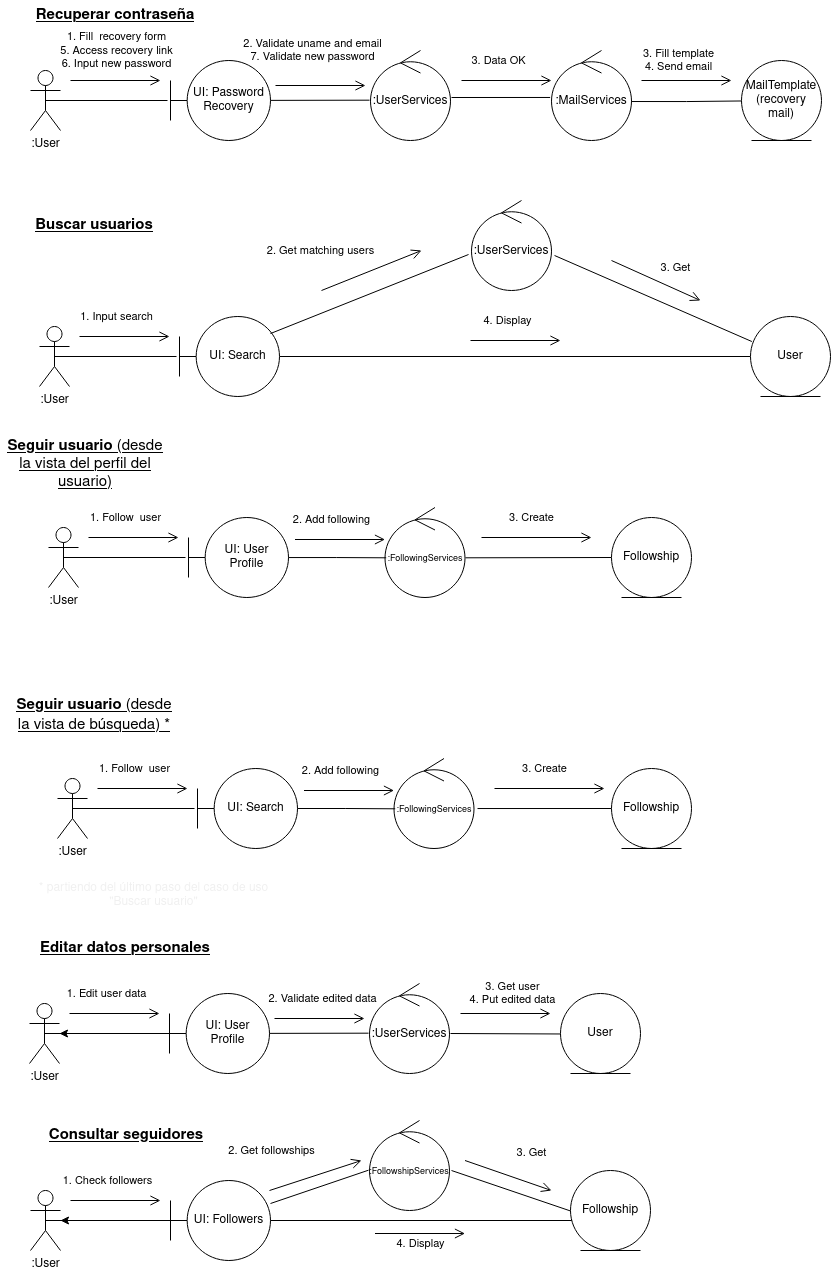
This is 2_Analisis/Diagramas de Análisis (Bruno)/Diagramas de colaboración.png from Bruno-Orbelli/ing_software_grupo_4, a draw.io export, as it was before one commit. Source tidied: cells renumbered, new cells last; positions are measured from the earlier drawing's top-left corner, leaving out a move shared by most shapes.
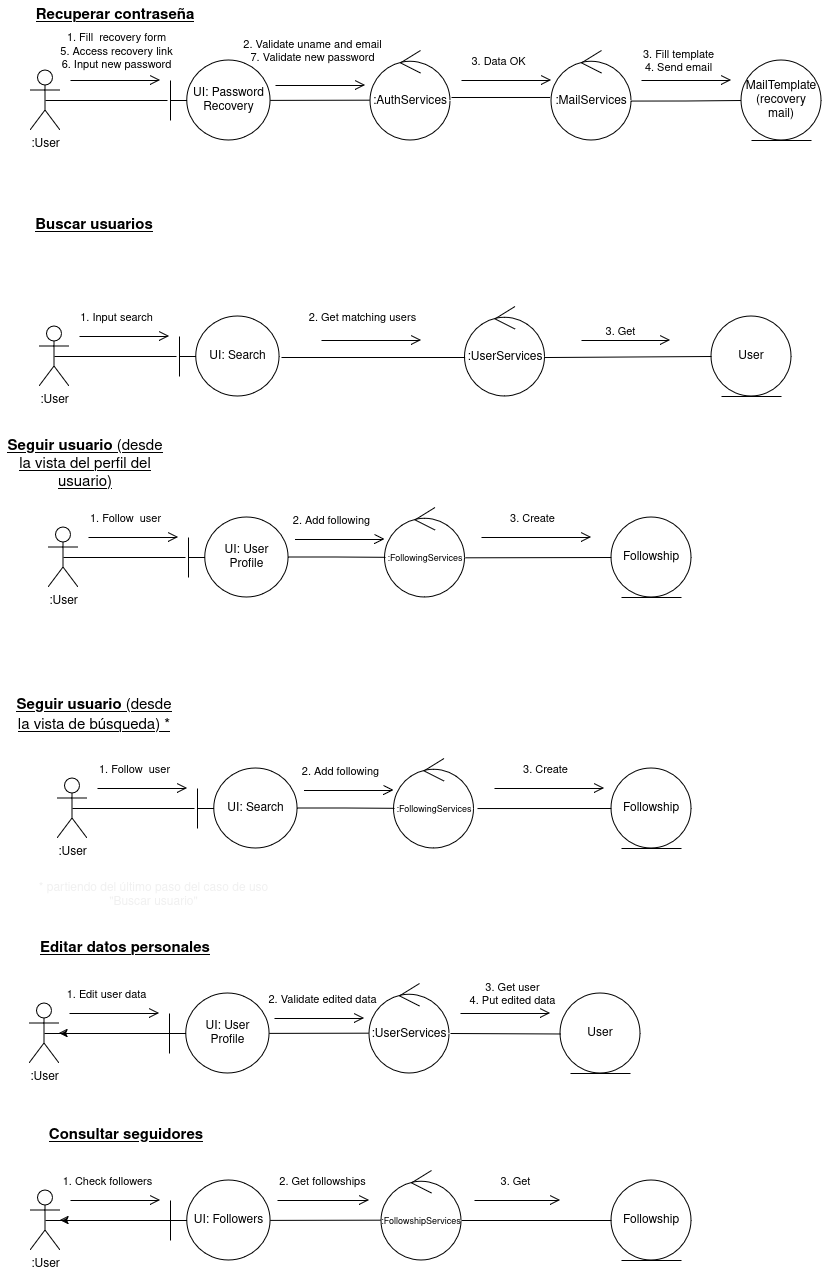
The same diagram one commit later.

What changed in the source:
```diff
@@ -36,9 +36,6 @@
     <mxCell id="9" value="Recuperar contraseña" style="text;html=1;align=center;verticalAlign=middle;whiteSpace=wrap;rounded=0;fontColor=default;fontStyle=5;fontSize=15;" parent="1" vertex="1">
       <mxGeometry x="30" width="170" height="30" as="geometry" />
     </mxCell>
-    <mxCell id="10" style="edgeStyle=orthogonalEdgeStyle;rounded=0;jettySize=auto;html=1;entryX=0;entryY=0.5;entryDx=0;entryDy=0;strokeColor=default;endArrow=none;endFill=0;fontColor=default;labelBackgroundColor=default;" parent="1" edge="1" source="11" target="30">
-      <mxGeometry relative="1" as="geometry" />
-    </mxCell>
     <mxCell id="11" value="&lt;font&gt;UI: Search&lt;br&gt;&lt;/font&gt;" style="shape=umlBoundary;whiteSpace=wrap;html=1;fillColor=default;strokeWidth=1;strokeColor=default;fontColor=default;labelBorderColor=none;" parent="1" vertex="1">
       <mxGeometry x="179" y="316" width="100" height="80" as="geometry" />
     </mxCell>
@@ -48,8 +45,11 @@
     <mxCell id="13" style="edgeStyle=orthogonalEdgeStyle;rounded=0;jettySize=auto;html=1;exitX=0.5;exitY=0.5;exitDx=0;exitDy=0;exitPerimeter=0;entryX=-0.03;entryY=0.5;entryDx=0;entryDy=0;entryPerimeter=0;fontColor=default;strokeColor=default;endArrow=none;endFill=0;labelBackgroundColor=default;" parent="1" edge="1" source="12" target="11">
       <mxGeometry relative="1" as="geometry" />
     </mxCell>
-    <mxCell id="14" style="rounded=0;jettySize=auto;html=1;entryX=-0.037;entryY=0.6;entryDx=0;entryDy=0;entryPerimeter=0;strokeColor=default;endArrow=none;endFill=0;exitX=0.91;exitY=0.213;exitDx=0;exitDy=0;exitPerimeter=0;fontColor=default;labelBackgroundColor=default;" parent="1" edge="1" source="11" target="94">
-      <mxGeometry relative="1" as="geometry" />
+    <mxCell id="14" style="rounded=0;orthogonalLoop=1;jettySize=auto;html=1;strokeColor=default;endArrow=none;endFill=0;fontColor=default;labelBackgroundColor=default;" parent="1" edge="1">
+      <mxGeometry relative="1" as="geometry">
+        <mxPoint x="281" y="357" as="sourcePoint" />
+        <mxPoint x="471" y="357" as="targetPoint" />
+      </mxGeometry>
     </mxCell>
     <mxCell id="15" style="endArrow=open;startArrow=none;endFill=0;startFill=0;endSize=8;html=1;verticalAlign=bottom;labelBackgroundColor=none;strokeWidth=1;rounded=0;strokeColor=default;" parent="1" edge="1">
       <mxGeometry relative="1" as="geometry">
@@ -64,13 +64,13 @@
     </mxCell>
     <mxCell id="17" style="endArrow=open;startArrow=none;endFill=0;startFill=0;endSize=8;html=1;verticalAlign=bottom;labelBackgroundColor=none;strokeWidth=1;rounded=0;strokeColor=default;" parent="1" edge="1">
       <mxGeometry relative="1" as="geometry">
-        <mxPoint x="321" y="290" as="sourcePoint" />
-        <mxPoint x="421" y="250" as="targetPoint" />
+        <mxPoint x="321" y="340" as="sourcePoint" />
+        <mxPoint x="421" y="340" as="targetPoint" />
       </mxGeometry>
     </mxCell>
     <mxCell id="18" value="&lt;font&gt;2. Get matching users&lt;br&gt;&lt;/font&gt;" style="edgeLabel;html=1;align=center;verticalAlign=middle;labelBackgroundColor=none;fontColor=default;" parent="17" vertex="1">
       <mxGeometry x="-0.2" y="2" relative="1" as="geometry">
-        <mxPoint x="-41" y="-23" as="offset" />
+        <mxPoint y="-22" as="offset" />
       </mxGeometry>
     </mxCell>
     <mxCell id="19" value="Buscar usuarios" style="text;html=1;align=center;verticalAlign=middle;whiteSpace=wrap;rounded=0;fontColor=default;fontStyle=5;fontSize=15;" parent="1" vertex="1">
@@ -96,7 +96,7 @@
         <mxPoint y="-18" as="offset" />
       </mxGeometry>
     </mxCell>
-    <mxCell id="25" value=":UserServices" style="ellipse;shape=umlControl;whiteSpace=wrap;html=1;fillColor=default;strokeColor=default;fontColor=default;" parent="1" vertex="1">
+    <mxCell id="25" value=":AuthServices" style="ellipse;shape=umlControl;whiteSpace=wrap;html=1;fillColor=default;strokeColor=default;fontColor=default;" parent="1" vertex="1">
       <mxGeometry x="370" y="50" width="80" height="90" as="geometry" />
     </mxCell>
     <mxCell id="26" style="rounded=0;jettySize=auto;html=1;strokeColor=default;endArrow=none;endFill=0;entryX=-0.012;entryY=0.552;entryDx=0;entryDy=0;entryPerimeter=0;" parent="1" edge="1" source="2" target="25">
@@ -119,33 +119,22 @@
       </mxGeometry>
     </mxCell>
     <mxCell id="30" value="User" style="ellipse;shape=umlEntity;whiteSpace=wrap;html=1;fillColor=default;strokeColor=default;fontColor=default;labelBorderColor=none;" parent="1" vertex="1">
-      <mxGeometry x="750" y="316" width="80" height="80" as="geometry" />
+      <mxGeometry x="711" y="316" width="80" height="80" as="geometry" />
     </mxCell>
-    <mxCell id="31" style="rounded=0;jettySize=auto;html=1;strokeColor=default;endArrow=none;endFill=0;exitX=1.038;exitY=0.611;exitDx=0;exitDy=0;exitPerimeter=0;entryX=0.017;entryY=0.313;entryDx=0;entryDy=0;entryPerimeter=0;fontColor=default;labelBackgroundColor=default;" parent="1" edge="1" source="94" target="30">
+    <mxCell id="31" style="rounded=0;jettySize=auto;html=1;strokeColor=default;endArrow=none;endFill=0;entryX=0;entryY=0.5;entryDx=0;entryDy=0;fontColor=default;labelBackgroundColor=default;exitX=0.994;exitY=0.567;exitDx=0;exitDy=0;exitPerimeter=0;" parent="1" edge="1" source="94" target="30">
       <mxGeometry relative="1" as="geometry" />
     </mxCell>
     <mxCell id="32" style="endArrow=open;startArrow=none;endFill=0;startFill=0;endSize=8;html=1;verticalAlign=bottom;labelBackgroundColor=none;strokeWidth=1;rounded=0;strokeColor=default;" parent="1" edge="1">
       <mxGeometry relative="1" as="geometry">
-        <mxPoint x="611" y="260" as="sourcePoint" />
-        <mxPoint x="700" y="300" as="targetPoint" />
+        <mxPoint x="581" y="340" as="sourcePoint" />
+        <mxPoint x="670" y="340" as="targetPoint" />
       </mxGeometry>
     </mxCell>
     <mxCell id="33" value="3. Get" style="edgeLabel;html=1;align=center;verticalAlign=middle;labelBackgroundColor=none;fontColor=default;" parent="32" vertex="1">
       <mxGeometry x="-0.2" y="2" relative="1" as="geometry">
-        <mxPoint x="27" y="-8" as="offset" />
+        <mxPoint x="2" y="-8" as="offset" />
       </mxGeometry>
     </mxCell>
-    <mxCell id="34" style="endArrow=open;startArrow=none;endFill=0;startFill=0;endSize=8;html=1;verticalAlign=bottom;labelBackgroundColor=none;strokeWidth=1;rounded=0;strokeColor=default;" parent="1" edge="1">
-      <mxGeometry relative="1" as="geometry">
-        <mxPoint x="470" y="340" as="sourcePoint" />
-        <mxPoint x="560" y="340" as="targetPoint" />
-      </mxGeometry>
-    </mxCell>
-    <mxCell id="35" value="&lt;font&gt;4. Display&lt;br&gt;&lt;/font&gt;" style="edgeLabel;html=1;align=center;verticalAlign=middle;labelBackgroundColor=none;fontColor=default;" parent="34" vertex="1">
-      <mxGeometry x="-0.2" y="2" relative="1" as="geometry">
-        <mxPoint y="-18" as="offset" />
-      </mxGeometry>
-    </mxCell>
     <mxCell id="36" value="&lt;font&gt;UI: User Profile&lt;br&gt;&lt;/font&gt;" style="shape=umlBoundary;whiteSpace=wrap;html=1;fillColor=default;strokeWidth=1;strokeColor=default;fontColor=default;labelBorderColor=none;" parent="1" vertex="1">
       <mxGeometry x="188" y="517" width="100" height="80" as="geometry" />
     </mxCell>
@@ -333,63 +322,45 @@
     </mxCell>
     <mxCell id="82" style="endArrow=open;startArrow=none;endFill=0;startFill=0;endSize=8;html=1;verticalAlign=bottom;labelBackgroundColor=none;strokeWidth=1;rounded=0;strokeColor=default;" parent="1" edge="1">
       <mxGeometry relative="1" as="geometry">
-        <mxPoint x="269" y="1190" as="sourcePoint" />
-        <mxPoint x="361" y="1160" as="targetPoint" />
+        <mxPoint x="277" y="1200" as="sourcePoint" />
+        <mxPoint x="369" y="1200" as="targetPoint" />
       </mxGeometry>
     </mxCell>
     <mxCell id="83" value="&lt;font&gt;2. Get followships&lt;br&gt;&lt;/font&gt;" style="edgeLabel;html=1;align=center;verticalAlign=middle;labelBackgroundColor=none;fontColor=default;" parent="82" vertex="1">
       <mxGeometry x="-0.2" y="2" relative="1" as="geometry">
-        <mxPoint x="-35" y="-26" as="offset" />
+        <mxPoint x="7" y="-18" as="offset" />
       </mxGeometry>
     </mxCell>
     <mxCell id="84" value="Consultar seguidores" style="text;html=1;align=center;verticalAlign=middle;whiteSpace=wrap;rounded=0;fontColor=default;fontStyle=5;fontSize=15;" parent="1" vertex="1">
       <mxGeometry x="30" y="1120" width="192" height="30" as="geometry" />
     </mxCell>
     <mxCell id="85" value="Followship" style="ellipse;shape=umlEntity;whiteSpace=wrap;html=1;fillColor=default;strokeColor=default;fontColor=default;labelBorderColor=none;" parent="1" vertex="1">
-      <mxGeometry x="570" y="1170" width="80" height="80" as="geometry" />
+      <mxGeometry x="611" y="1180" width="80" height="80" as="geometry" />
     </mxCell>
-    <mxCell id="86" style="rounded=0;jettySize=auto;html=1;entryX=0;entryY=0.506;entryDx=0;entryDy=0;entryPerimeter=0;strokeColor=default;endArrow=none;endFill=0;" parent="1" edge="1" target="85">
+    <mxCell id="86" style="rounded=0;jettySize=auto;html=1;entryX=0;entryY=0.5;entryDx=0;entryDy=0;strokeColor=default;endArrow=none;endFill=0;" parent="1" edge="1" target="85">
       <mxGeometry relative="1" as="geometry">
-        <mxPoint x="451" y="1170" as="sourcePoint" />
+        <mxPoint x="451" y="1220" as="sourcePoint" />
       </mxGeometry>
     </mxCell>
     <mxCell id="87" style="endArrow=open;startArrow=none;endFill=0;startFill=0;endSize=8;html=1;verticalAlign=bottom;labelBackgroundColor=none;strokeWidth=1;rounded=0;strokeColor=default;" parent="1" edge="1">
       <mxGeometry relative="1" as="geometry">
-        <mxPoint x="464.5" y="1160" as="sourcePoint" />
-        <mxPoint x="551" y="1190" as="targetPoint" />
+        <mxPoint x="474" y="1200" as="sourcePoint" />
+        <mxPoint x="560" y="1200" as="targetPoint" />
       </mxGeometry>
     </mxCell>
     <mxCell id="88" value="3. Get " style="edgeLabel;html=1;align=center;verticalAlign=middle;labelBackgroundColor=none;fontColor=default;" parent="87" vertex="1">
       <mxGeometry x="-0.2" y="2" relative="1" as="geometry">
-        <mxPoint x="31" y="-18" as="offset" />
+        <mxPoint x="6" y="-18" as="offset" />
       </mxGeometry>
     </mxCell>
     <mxCell id="89" value="&lt;font style=&quot;font-size: 9px;&quot;&gt;:FollowshipServices&lt;/font&gt;" style="ellipse;shape=umlControl;whiteSpace=wrap;html=1;fillColor=default;strokeColor=default;fontColor=default;labelBorderColor=none;" parent="1" vertex="1">
-      <mxGeometry x="369" y="1120" width="80" height="90" as="geometry" />
+      <mxGeometry x="381" y="1170" width="80" height="90" as="geometry" />
     </mxCell>
     <mxCell id="90" style="rounded=0;jettySize=auto;html=1;strokeColor=default;endArrow=none;endFill=0;entryX=-0.012;entryY=0.552;entryDx=0;entryDy=0;entryPerimeter=0;" parent="1" edge="1" source="77" target="89">
       <mxGeometry relative="1" as="geometry" />
     </mxCell>
-    <mxCell id="91" style="edgeStyle=orthogonalEdgeStyle;rounded=0;jettySize=auto;html=1;entryX=0.013;entryY=0.604;entryDx=0;entryDy=0;entryPerimeter=0;strokeColor=default;endArrow=none;endFill=0;" parent="1" edge="1" source="77" target="85">
-      <mxGeometry relative="1" as="geometry">
-        <Array as="points">
-          <mxPoint x="571" y="1220" />
-        </Array>
-      </mxGeometry>
-    </mxCell>
-    <mxCell id="92" style="endArrow=open;startArrow=none;endFill=0;startFill=0;endSize=8;html=1;verticalAlign=bottom;labelBackgroundColor=none;strokeWidth=1;rounded=0;strokeColor=default;" parent="1" edge="1">
-      <mxGeometry relative="1" as="geometry">
-        <mxPoint x="374.5" y="1233" as="sourcePoint" />
-        <mxPoint x="464.5" y="1233" as="targetPoint" />
-      </mxGeometry>
-    </mxCell>
-    <mxCell id="93" value="&lt;font&gt;4. Display&lt;br&gt;&lt;/font&gt;" style="edgeLabel;html=1;align=center;verticalAlign=middle;labelBackgroundColor=none;fontColor=default;" parent="92" vertex="1">
-      <mxGeometry x="-0.2" y="2" relative="1" as="geometry">
-        <mxPoint x="9" y="12" as="offset" />
-      </mxGeometry>
-    </mxCell>
     <mxCell id="94" value=":UserServices" style="ellipse;shape=umlControl;whiteSpace=wrap;html=1;fillColor=default;strokeColor=default;fontColor=default;labelBorderColor=none;" parent="1" vertex="1">
-      <mxGeometry x="471" y="200" width="80" height="90" as="geometry" />
+      <mxGeometry x="464.5" y="306" width="80" height="90" as="geometry" />
     </mxCell>
     <mxCell id="95" style="rounded=0;jettySize=auto;html=1;entryX=0;entryY=0.5;entryDx=0;entryDy=0;exitX=1.044;exitY=0.556;exitDx=0;exitDy=0;exitPerimeter=0;strokeColor=default;endArrow=none;endFill=0;" parent="1" edge="1" source="71" target="98">
       <mxGeometry relative="1" as="geometry" />
```
